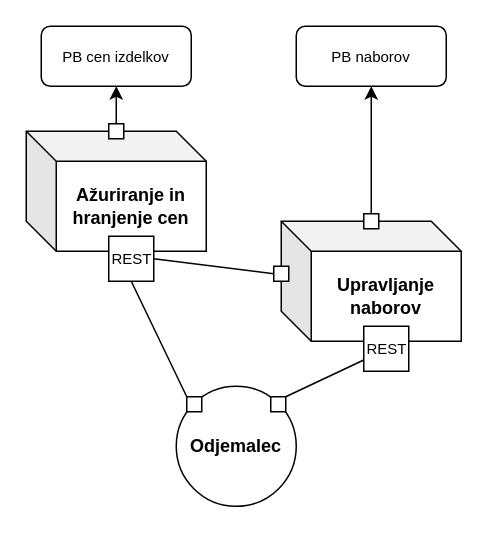
The draw.io diagram figures/Arhitekturni_diagram.drawio in mtn-rso-price-compare/docs, before the edit. Source tidied: cells renumbered, new cells numbered last; positions are measured from the earlier drawing's top-left corner, leaving out a move shared by most shapes. Both pictures are drawn from the tidied source at 150%, with x=0, y=0 at pixel (26, 26).
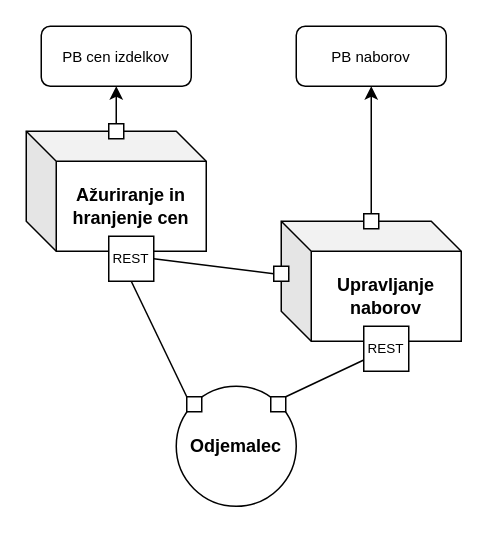
After the change.

Diff of the diagram source:
```diff
@@
-    <mxCell id="4" value="REST" style="fontStyle=0;labelPosition=right;verticalLabelPosition=middle;align=right;verticalAlign=middle;spacingLeft=0;fontSize=10;spacing=31;" parent="1" vertex="1">
+    <mxCell id="4" value="REST" style="fontStyle=0;labelPosition=center;verticalLabelPosition=middle;align=center;verticalAlign=middle;spacingLeft=0;fontSize=9;spacing=31;" parent="1" vertex="1">
       <mxGeometry x="55" y="140" width="30" height="30" as="geometry" />
     </mxCell>
-    <mxCell id="5" value="REST" style="fontStyle=0;labelPosition=right;verticalLabelPosition=middle;align=right;verticalAlign=middle;spacingLeft=0;fontSize=10;spacing=31;" parent="1" vertex="1">
+    <mxCell id="5" value="REST" style="fontStyle=0;labelPosition=center;verticalLabelPosition=middle;align=center;verticalAlign=middle;spacingLeft=0;fontSize=9;spacing=31;" parent="1" vertex="1">
       <mxGeometry x="225" y="200" width="30" height="30" as="geometry" />
     </mxCell>
```
